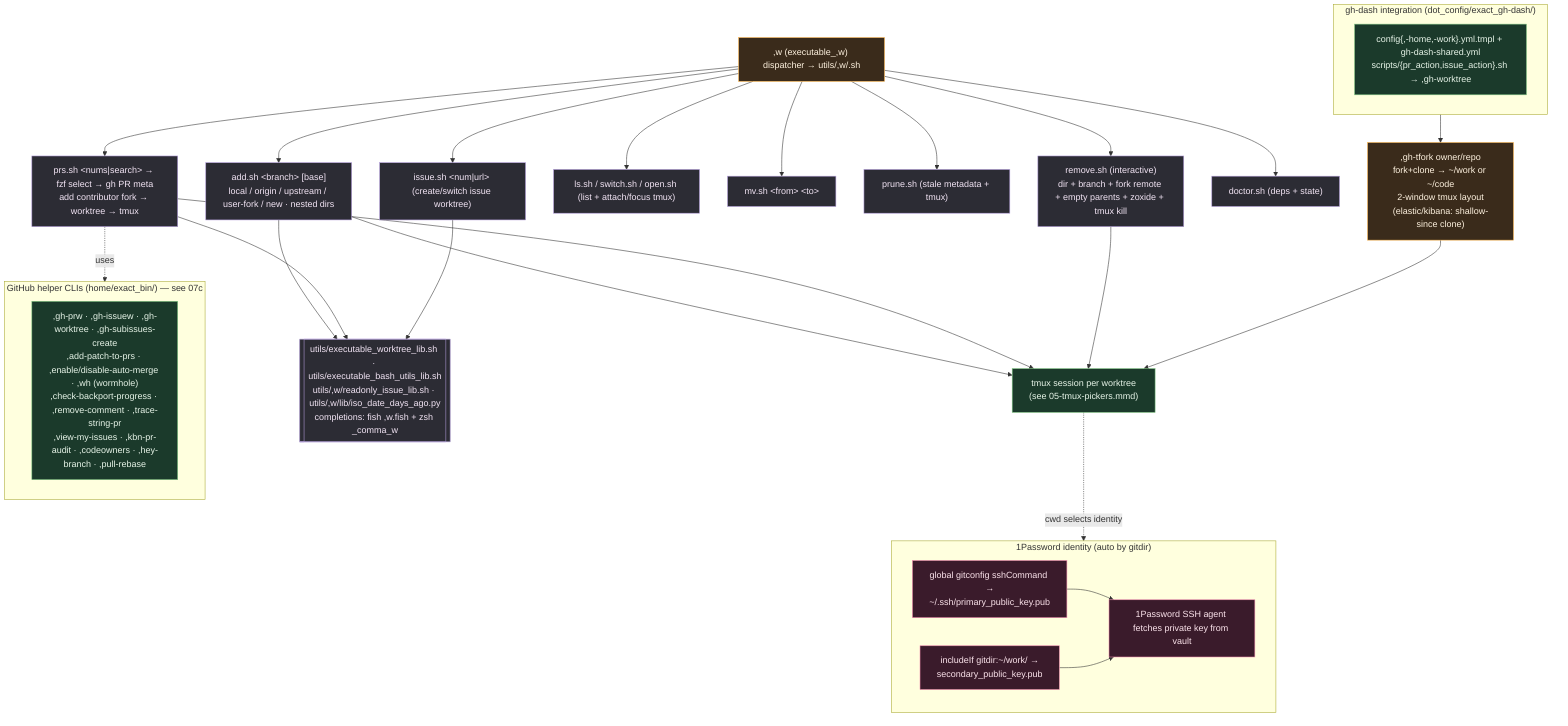
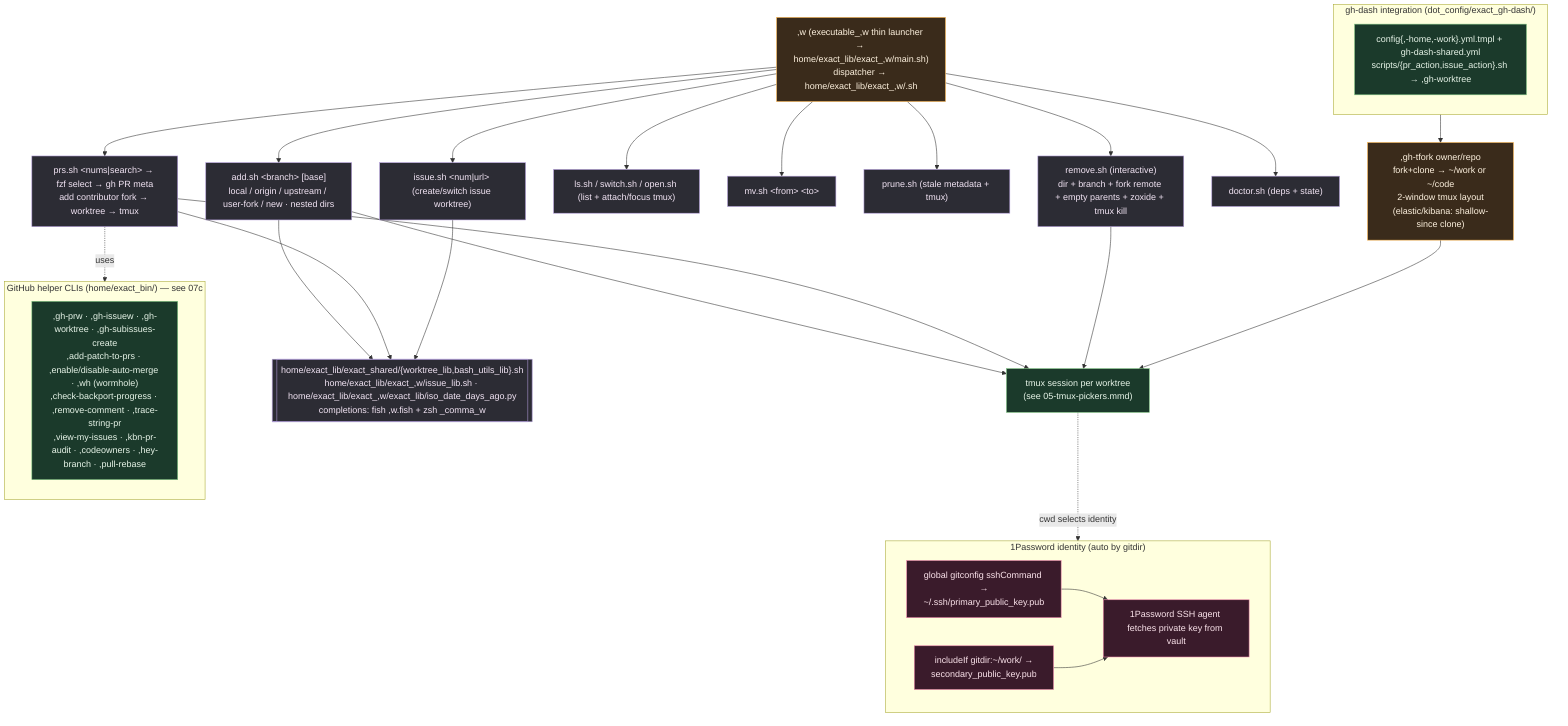
%% ============================================================================
%% 06-worktree-workflow.mmd — Git worktree + GitHub PR/issue workflow.
- %% ,w (home/exact_bin/executable_,w) dispatches to home/exact_bin/utils/,w/*.sh
- %% and shares helpers in utils/executable_worktree_lib.sh. Tightly coupled to
+ %% ,w (home/exact_bin/executable_,w) dispatches to home/exact_lib/exact_,w/*.sh
+ %% and shares helpers in home/exact_lib/exact_shared/worktree_lib.sh. Tightly coupled to
%% tmux sessions (one session per worktree) and 1Password identity switching.
%% ============================================================================
flowchart TD
    classDef cli fill:#3a2b1b,stroke:#ffb74d,color:#fff3e0;
    classDef sub fill:#2c2c34,stroke:#b39ddb,color:#f3e5f5;
    classDef ext fill:#1b3a2b,stroke:#81c784,color:#e8f5e9;
    classDef id fill:#3a1b2b,stroke:#f48fb1,color:#fce4ec;

-     W[",w (executable_,w) dispatcher → utils/,w/<cmd>.sh"]:::cli
-     LIB[["utils/executable_worktree_lib.sh · utils/executable_bash_utils_lib.sh<br/>utils/,w/readonly_issue_lib.sh · utils/,w/lib/iso_date_days_ago.py<br/>completions: fish ,w.fish + zsh _comma_w"]]:::sub
+     W[",w (executable_,w thin launcher → home/exact_lib/exact_,w/main.sh)<br/>dispatcher → home/exact_lib/exact_,w/<cmd>.sh"]:::cli
+     LIB[["home/exact_lib/exact_shared/{worktree_lib,bash_utils_lib}.sh<br/>home/exact_lib/exact_,w/issue_lib.sh · home/exact_lib/exact_,w/exact_lib/iso_date_days_ago.py<br/>completions: fish ,w.fish + zsh _comma_w"]]:::sub

    W --> ADD["add.sh &lt;branch&gt; [base]<br/>local / origin / upstream / user-fork / new · nested dirs"]:::sub
    W --> PRS["prs.sh &lt;nums|search&gt; → fzf select → gh PR meta<br/>add contributor fork → worktree → tmux"]:::sub
    W --> ISSUE["issue.sh &lt;num|url&gt; (create/switch issue worktree)"]:::sub
    W --> LS["ls.sh / switch.sh / open.sh (list + attach/focus tmux)"]:::sub
    W --> MV["mv.sh &lt;from&gt; &lt;to&gt;"]:::sub
    W --> PRUNE["prune.sh (stale metadata + tmux)"]:::sub
    W --> REMOVE["remove.sh (interactive)<br/>dir + branch + fork remote + empty parents + zoxide + tmux kill"]:::sub
    W --> DOCTOR["doctor.sh (deps + state)"]:::sub

    ADD --> LIB
    PRS --> LIB
    ISSUE --> LIB

    ADD --> TMUX["tmux session per worktree<br/>(see 05-tmux-pickers.mmd)"]:::ext
    PRS --> TMUX
    REMOVE --> TMUX

    TFORK[",gh-tfork owner/repo<br/>fork+clone → ~/work or ~/code<br/>2-window tmux layout<br/>(elastic/kibana: shallow-since clone)"]:::cli --> TMUX

    subgraph IDENTITY["1Password identity (auto by gitdir)"]
        GC["global gitconfig sshCommand →<br/>~/.ssh/primary_public_key.pub"]:::id
        WORKINC["includeIf gitdir:~/work/ →<br/>secondary_public_key.pub"]:::id
        OP["1Password SSH agent fetches private key from vault"]:::id
        GC --> OP
        WORKINC --> OP
    end
    TMUX -.cwd selects identity.-> IDENTITY

    subgraph GHHELP["GitHub helper CLIs (home/exact_bin/) — see 07c"]
        H[",gh-prw · ,gh-issuew · ,gh-worktree · ,gh-subissues-create<br/>,add-patch-to-prs · ,enable/disable-auto-merge · ,wh (wormhole)<br/>,check-backport-progress · ,remove-comment · ,trace-string-pr<br/>,view-my-issues · ,kbn-pr-audit · ,codeowners · ,hey-branch · ,pull-rebase"]:::ext
    end
    PRS -.uses.-> GHHELP

    subgraph GHDASHX["gh-dash integration (dot_config/exact_gh-dash/)"]
        GD["config{,-home,-work}.yml.tmpl + gh-dash-shared.yml<br/>scripts/{pr_action,issue_action}.sh → ,gh-worktree"]:::ext
    end
    GHDASHX --> TFORK
